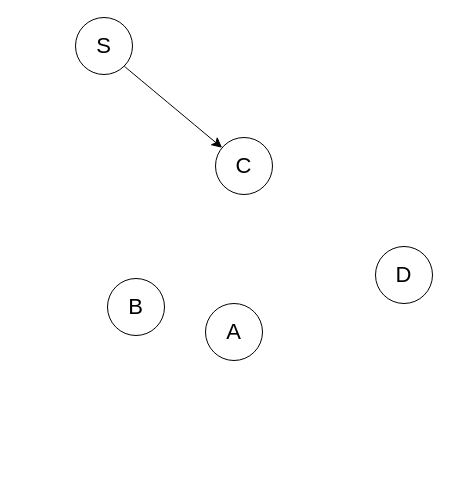
The draw.io diagram Untitled Diagram.drawio in HusnainMasood/Automata-Computation, before the edit. Source tidied: cells renumbered, new cells numbered last; positions are measured from the earlier drawing's top-left corner, leaving out a move shared by most shapes. Both pictures are drawn from the tidied source at 100%, with x=0, y=0 at pixel (75, 17).
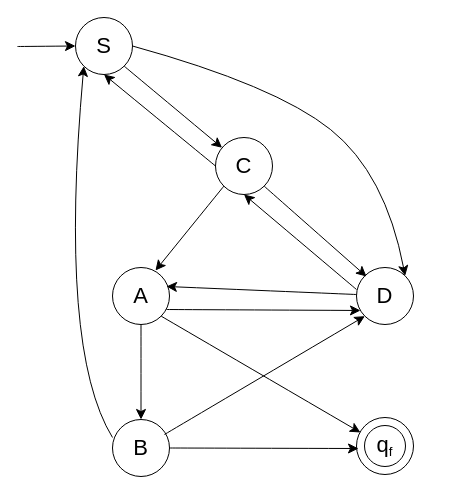
After the change.

Unchanged cells that the change refers to:
```xml
<mxCell id="2" value="&lt;font style=&quot;font-size: 17px;&quot;&gt;&lt;font style=&quot;font-size: 18px;&quot;&gt;&lt;font style=&quot;font-size: 19px;&quot;&gt;&lt;font style=&quot;font-size: 20px;&quot;&gt;&lt;font style=&quot;font-size: 21px;&quot;&gt;&lt;font style=&quot;font-size: 22px;&quot;&gt;S&lt;/font&gt;&lt;/font&gt;&lt;/font&gt;&lt;/font&gt;&lt;/font&gt;&lt;/font&gt;" style="ellipse;whiteSpace=wrap;html=1;fontSize=16;" parent="1" vertex="1">
  <mxGeometry width="57" height="57" as="geometry" />
</mxCell>
<mxCell id="3" value="&lt;font style=&quot;font-size: 17px;&quot;&gt;&lt;font style=&quot;font-size: 18px;&quot;&gt;&lt;font style=&quot;font-size: 19px;&quot;&gt;&lt;font style=&quot;font-size: 20px;&quot;&gt;&lt;font style=&quot;font-size: 21px;&quot;&gt;&lt;font style=&quot;font-size: 22px;&quot;&gt;C&lt;/font&gt;&lt;/font&gt;&lt;/font&gt;&lt;/font&gt;&lt;/font&gt;&lt;/font&gt;" style="ellipse;whiteSpace=wrap;html=1;fontSize=16;" parent="1" vertex="1">
  <mxGeometry x="140" y="120" width="57" height="57" as="geometry" />
</mxCell>
```

What changed in the source:
```diff
@@
     <mxCell id="5" value="&lt;font style=&quot;font-size: 17px;&quot;&gt;&lt;font style=&quot;font-size: 18px;&quot;&gt;&lt;font style=&quot;font-size: 19px;&quot;&gt;&lt;font style=&quot;font-size: 20px;&quot;&gt;&lt;font style=&quot;font-size: 21px;&quot;&gt;&lt;font style=&quot;font-size: 22px;&quot;&gt;D&lt;/font&gt;&lt;/font&gt;&lt;/font&gt;&lt;/font&gt;&lt;/font&gt;&lt;/font&gt;" style="ellipse;whiteSpace=wrap;html=1;fontSize=16;" parent="1" vertex="1">
-      <mxGeometry x="300" y="229" width="57" height="57" as="geometry" />
+      <mxGeometry x="281" y="250" width="57" height="57" as="geometry" />
     </mxCell>
     <mxCell id="6" value="&lt;font style=&quot;font-size: 17px;&quot;&gt;&lt;font style=&quot;font-size: 18px;&quot;&gt;&lt;font style=&quot;font-size: 19px;&quot;&gt;&lt;font style=&quot;font-size: 20px;&quot;&gt;&lt;font style=&quot;font-size: 21px;&quot;&gt;&lt;font style=&quot;font-size: 22px;&quot;&gt;A&lt;/font&gt;&lt;/font&gt;&lt;/font&gt;&lt;/font&gt;&lt;/font&gt;&lt;/font&gt;" style="ellipse;whiteSpace=wrap;html=1;fontSize=16;" parent="1" vertex="1">
-      <mxGeometry x="130" y="286" width="57" height="57" as="geometry" />
+      <mxGeometry x="37" y="250" width="57" height="57" as="geometry" />
     </mxCell>
     <mxCell id="7" value="&lt;font style=&quot;font-size: 17px;&quot;&gt;&lt;font style=&quot;font-size: 18px;&quot;&gt;&lt;font style=&quot;font-size: 19px;&quot;&gt;&lt;font style=&quot;font-size: 20px;&quot;&gt;&lt;font style=&quot;font-size: 21px;&quot;&gt;&lt;font style=&quot;font-size: 22px;&quot;&gt;B&lt;/font&gt;&lt;/font&gt;&lt;/font&gt;&lt;/font&gt;&lt;/font&gt;&lt;/font&gt;" style="ellipse;whiteSpace=wrap;html=1;fontSize=16;" parent="1" vertex="1">
-      <mxGeometry x="32" y="261" width="57" height="57" as="geometry" />
+      <mxGeometry x="37" y="402" width="57" height="57" as="geometry" />
     </mxCell>
+    <mxCell id="8" style="endArrow=classic;html=1;rounded=0;fontSize=12;startSize=8;endSize=8;curved=1;exitX=1;exitY=1;exitDx=0;exitDy=0;" parent="1" edge="1" source="3">
+      <mxGeometry relative="1" as="geometry">
+        <mxPoint x="291" y="259" as="targetPoint" />
+      </mxGeometry>
+    </mxCell>
+    <mxCell id="9" style="endArrow=classic;html=1;rounded=0;fontSize=12;startSize=8;endSize=8;curved=1;exitX=0;exitY=1;exitDx=0;exitDy=0;entryX=0.754;entryY=0.053;entryDx=0;entryDy=0;entryPerimeter=0;" parent="1" edge="1" source="3" target="6">
+      <mxGeometry relative="1" as="geometry" />
+    </mxCell>
+    <mxCell id="10" style="endArrow=classic;html=1;rounded=0;fontSize=12;startSize=8;endSize=8;curved=1;exitX=0.5;exitY=1;exitDx=0;exitDy=0;entryX=0.5;entryY=0;entryDx=0;entryDy=0;" parent="1" edge="1" source="6" target="7">
+      <mxGeometry relative="1" as="geometry" />
+    </mxCell>
+    <mxCell id="11" style="ellipse;whiteSpace=wrap;html=1;fontSize=16;" parent="1" vertex="1">
+      <mxGeometry x="281" y="400" width="57" height="57" as="geometry" />
+    </mxCell>
+    <mxCell id="12" value="&lt;font style=&quot;font-size: 17px;&quot;&gt;&lt;font style=&quot;font-size: 18px;&quot;&gt;&lt;font style=&quot;font-size: 19px;&quot;&gt;&lt;font style=&quot;font-size: 20px;&quot;&gt;&lt;font style=&quot;font-size: 21px;&quot;&gt;&lt;font style=&quot;font-size: 22px;&quot;&gt;q&lt;/font&gt;&lt;/font&gt;&lt;/font&gt;&lt;/font&gt;&lt;/font&gt;&lt;/font&gt;&lt;sub&gt;f&lt;/sub&gt;" style="ellipse;whiteSpace=wrap;html=1;fontSize=16;" parent="1" vertex="1">
+      <mxGeometry x="289" y="408" width="41" height="41" as="geometry" />
+    </mxCell>
+    <mxCell id="13" style="endArrow=classic;html=1;rounded=0;fontSize=12;startSize=8;endSize=8;curved=1;exitX=1;exitY=1;exitDx=0;exitDy=0;entryX=0.07;entryY=0.263;entryDx=0;entryDy=0;entryPerimeter=0;" parent="1" edge="1" source="6" target="11">
+      <mxGeometry relative="1" as="geometry" />
+    </mxCell>
+    <mxCell id="14" style="endArrow=classic;html=1;rounded=0;fontSize=12;startSize=8;endSize=8;curved=1;exitX=0.912;exitY=0.263;exitDx=0;exitDy=0;exitPerimeter=0;entryX=0;entryY=1;entryDx=0;entryDy=0;" parent="1" edge="1" source="7" target="5">
+      <mxGeometry relative="1" as="geometry" />
+    </mxCell>
+    <mxCell id="15" style="endArrow=classic;html=1;rounded=0;fontSize=12;startSize=8;endSize=8;curved=1;entryX=0.07;entryY=0.754;entryDx=0;entryDy=0;entryPerimeter=0;exitX=0.947;exitY=0.737;exitDx=0;exitDy=0;exitPerimeter=0;" parent="1" edge="1" source="6" target="5">
+      <mxGeometry relative="1" as="geometry" />
+    </mxCell>
+    <mxCell id="16" style="endArrow=classic;html=1;rounded=0;fontSize=12;startSize=8;endSize=8;curved=1;exitX=0;exitY=0.474;exitDx=0;exitDy=0;exitPerimeter=0;entryX=0.947;entryY=0.333;entryDx=0;entryDy=0;entryPerimeter=0;" parent="1" edge="1" source="5" target="6">
+      <mxGeometry relative="1" as="geometry" />
+    </mxCell>
+    <mxCell id="17" style="endArrow=classic;html=1;rounded=0;fontSize=12;startSize=8;endSize=8;curved=1;exitX=1;exitY=0.5;exitDx=0;exitDy=0;" parent="1" edge="1" source="7">
+      <mxGeometry relative="1" as="geometry">
+        <mxPoint x="283" y="431" as="targetPoint" />
+      </mxGeometry>
+    </mxCell>
+    <mxCell id="18" style="curved=1;endArrow=classic;html=1;rounded=0;fontSize=12;startSize=8;endSize=8;exitX=1;exitY=0.5;exitDx=0;exitDy=0;entryX=1;entryY=0;entryDx=0;entryDy=0;" parent="1" edge="1" source="2" target="5">
+      <mxGeometry relative="1" as="geometry">
+        <Array as="points">
+          <mxPoint x="200" y="68" />
+          <mxPoint x="310" y="156" />
+        </Array>
+      </mxGeometry>
+    </mxCell>
+    <mxCell id="19" style="curved=1;endArrow=classic;html=1;rounded=0;fontSize=12;startSize=8;endSize=8;entryX=0;entryY=1;entryDx=0;entryDy=0;exitX=0;exitY=0.316;exitDx=0;exitDy=0;exitPerimeter=0;" parent="1" edge="1" source="7" target="2">
+      <mxGeometry relative="1" as="geometry">
+        <Array as="points">
+          <mxPoint x="-17" y="332" />
+        </Array>
+      </mxGeometry>
+    </mxCell>
+    <mxCell id="20" style="endArrow=classic;html=1;rounded=0;fontSize=12;startSize=8;endSize=8;curved=1;entryX=0.5;entryY=1;entryDx=0;entryDy=0;exitX=0;exitY=0.5;exitDx=0;exitDy=0;" parent="1" edge="1" source="3" target="2">
+      <mxGeometry relative="1" as="geometry" />
+    </mxCell>
+    <mxCell id="21" style="endArrow=classic;html=1;rounded=0;fontSize=12;startSize=8;endSize=8;curved=1;entryX=0.5;entryY=1;entryDx=0;entryDy=0;" parent="1" edge="1" target="3">
+      <mxGeometry relative="1" as="geometry">
+        <mxPoint x="281" y="272" as="sourcePoint" />
+      </mxGeometry>
+    </mxCell>
+    <mxCell id="22" style="endArrow=classic;html=1;rounded=0;fontSize=12;startSize=8;endSize=8;curved=1;entryX=0;entryY=0.5;entryDx=0;entryDy=0;" parent="1" edge="1" target="2">
+      <mxGeometry relative="1" as="geometry">
+        <mxPoint x="-58" y="29" as="sourcePoint" />
+      </mxGeometry>
+    </mxCell>
```
